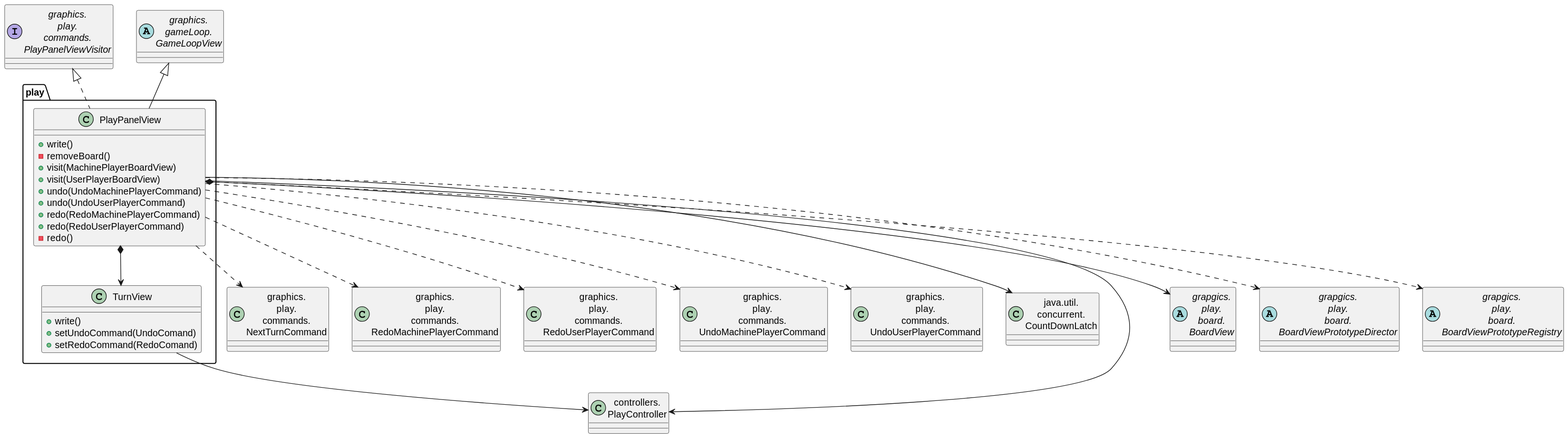
This is out/connect4/Docs/diagrams/src/packages/connect4.connect4.views.graphics.play/connect4.connect4.views.graphics.play.svg from js-rom/connect4, a PlantUML export, as it was before one commit.
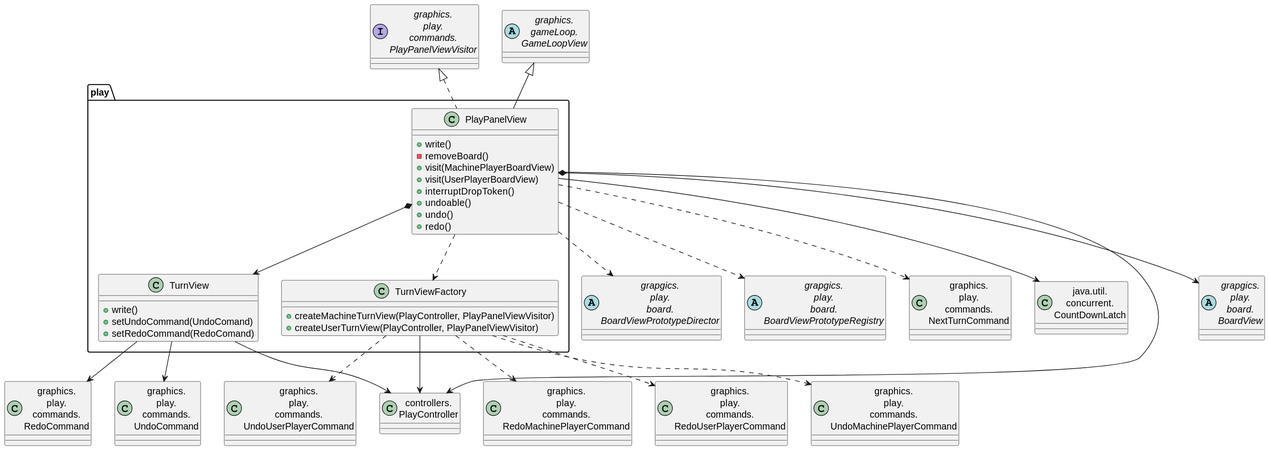
The same file after the commit.

Commit message:
refactor: reduce PlayPanelView dependencies #8

What changed in the source:
```diff
@@ -5,6 +5,8 @@
 class RedoUserPlayerCommand as "graphics.\nplay.\ncommands.\nRedoUserPlayerCommand"
 class UndoMachinePlayerCommand as "graphics.\nplay.\ncommands.\nUndoMachinePlayerCommand"
 class UndoUserPlayerCommand as "graphics.\nplay.\ncommands.\nUndoUserPlayerCommand"
+class RedoCommand as "graphics.\nplay.\ncommands.\nRedoCommand"
+class UndoCommand as "graphics.\nplay.\ncommands.\nUndoCommand"
 
 abstract class GameLoopView as "graphics.\ngameLoop.\nGameLoopView"
 interface PlayPanelViewVisitor as "grapgics.\nplay.\ncommands.\nPlayPanelViewVisitor"
@@ -20,17 +22,21 @@
     -removeBoard()
     +visit(MachinePlayerBoardView)
     +visit(UserPlayerBoardView)
-    +undo(UndoMachinePlayerCommand)
-    +undo(UndoUserPlayerCommand)
-    +redo(RedoMachinePlayerCommand)
-    +redo(RedoUserPlayerCommand)
-    -redo()
+    +interruptDropToken()
+    +undoable()
+    +undo()
+    +redo()
 }
 
 class play.TurnView{
     +write()
     +setUndoCommand(UndoComand)
     +setRedoCommand(RedoComand)
+}
+
+class play.TurnViewFactory{
+    +createMachineTurnView(PlayController, PlayPanelViewVisitor)
+    +createUserTurnView(PlayController, PlayPanelViewVisitor)
 }
 
 PlayPanelView --> PlayController
@@ -41,10 +47,14 @@
 PlayPanelView ..> BoardViewPrototypeRegistry
 PlayPanelView ..> BoardViewPrototypeDirector
 TurnView --> PlayController
+TurnView --> UndoCommand
+TurnView --> RedoCommand
 PlayPanelView *--> TurnView
+PlayPanelView ..> TurnViewFactory
 PlayPanelView ..> NextTurnCommand
-PlayPanelView ..> RedoMachinePlayerCommand
-PlayPanelView ..> RedoUserPlayerCommand
-PlayPanelView ..> UndoMachinePlayerCommand
-PlayPanelView ..> UndoUserPlayerCommand
+TurnViewFactory --> PlayController
+TurnViewFactory ..> RedoMachinePlayerCommand
+TurnViewFactory ..> RedoUserPlayerCommand
+TurnViewFactory ..> UndoMachinePlayerCommand
+TurnViewFactory ..> UndoUserPlayerCommand
 @enduml
```
